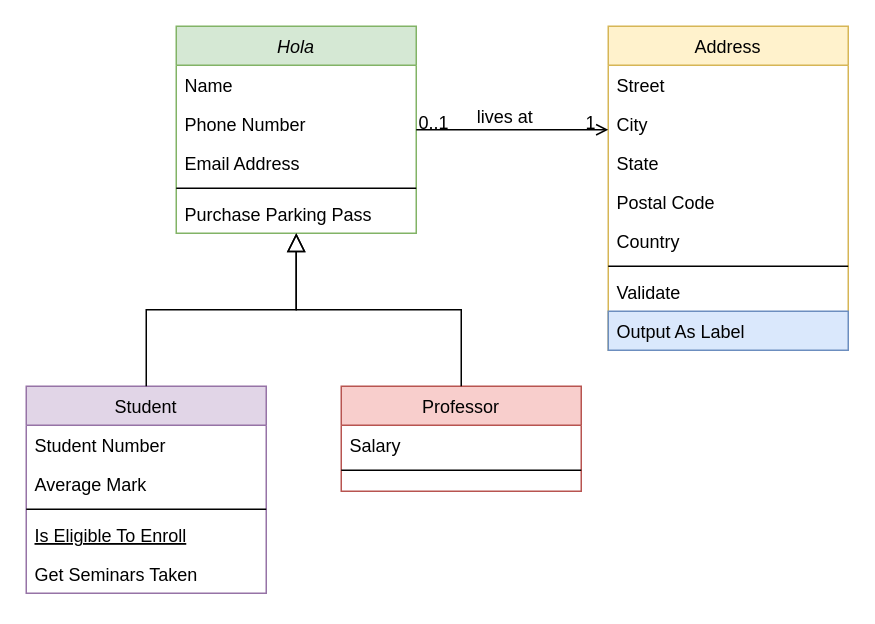
The draw.io diagram Untitled Diagram.drawio in rnoguer22/Introduccion_a_la_Algoritmica, before the edit. Source tidied: cells renumbered, new cells numbered last; positions are measured from the earlier drawing's top-left corner, leaving out a move shared by most shapes. Both pictures are drawn from the tidied source at 150%, with x=0, y=0 at pixel (26, 26).
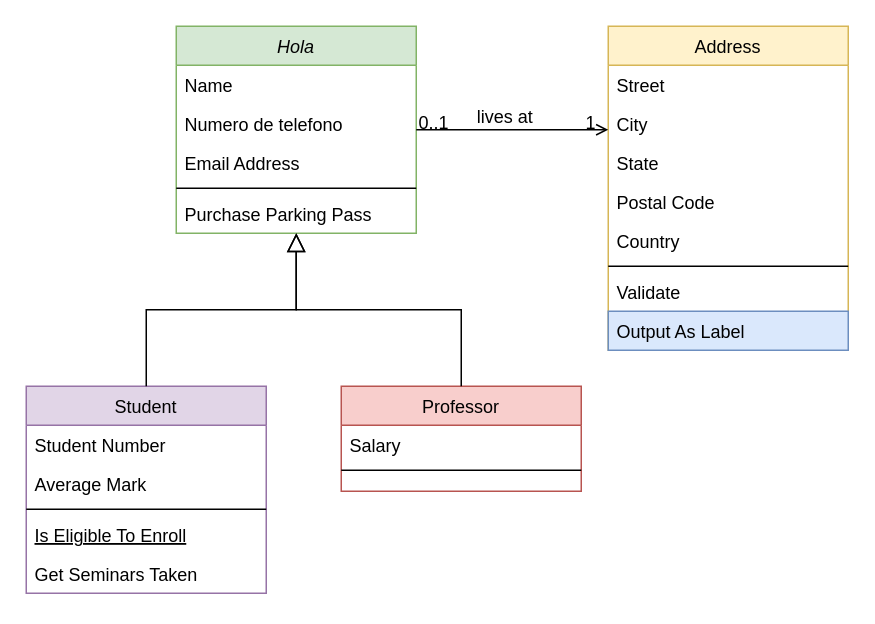
Above is the later version.

Commit message:
Otro commit de prueba :)

Unchanged cells that the change refers to:
```xml
<mxCell id="2" value="Hola" style="swimlane;fontStyle=2;align=center;verticalAlign=top;horizontal=1;startSize=26;rounded=0;shadow=0;strokeWidth=1;fillColor=#d5e8d4;strokeColor=#82b366;" parent="1" vertex="1">
  <mxGeometry x="100" width="160" height="138" as="geometry" />
</mxCell>
```

Change to the diagram source:
```diff
@@
-    <mxCell id="4" value="Phone Number" style="text;align=left;verticalAlign=top;spacingLeft=4;spacingRight=4;overflow=hidden;rounded=0;shadow=0;html=0;" parent="2" vertex="1">
+    <mxCell id="4" value="Numero de telefono" style="text;align=left;verticalAlign=top;spacingLeft=4;spacingRight=4;overflow=hidden;rounded=0;shadow=0;html=0;" parent="2" vertex="1">
       <mxGeometry y="52" width="160" height="26" as="geometry" />
     </mxCell>
```
